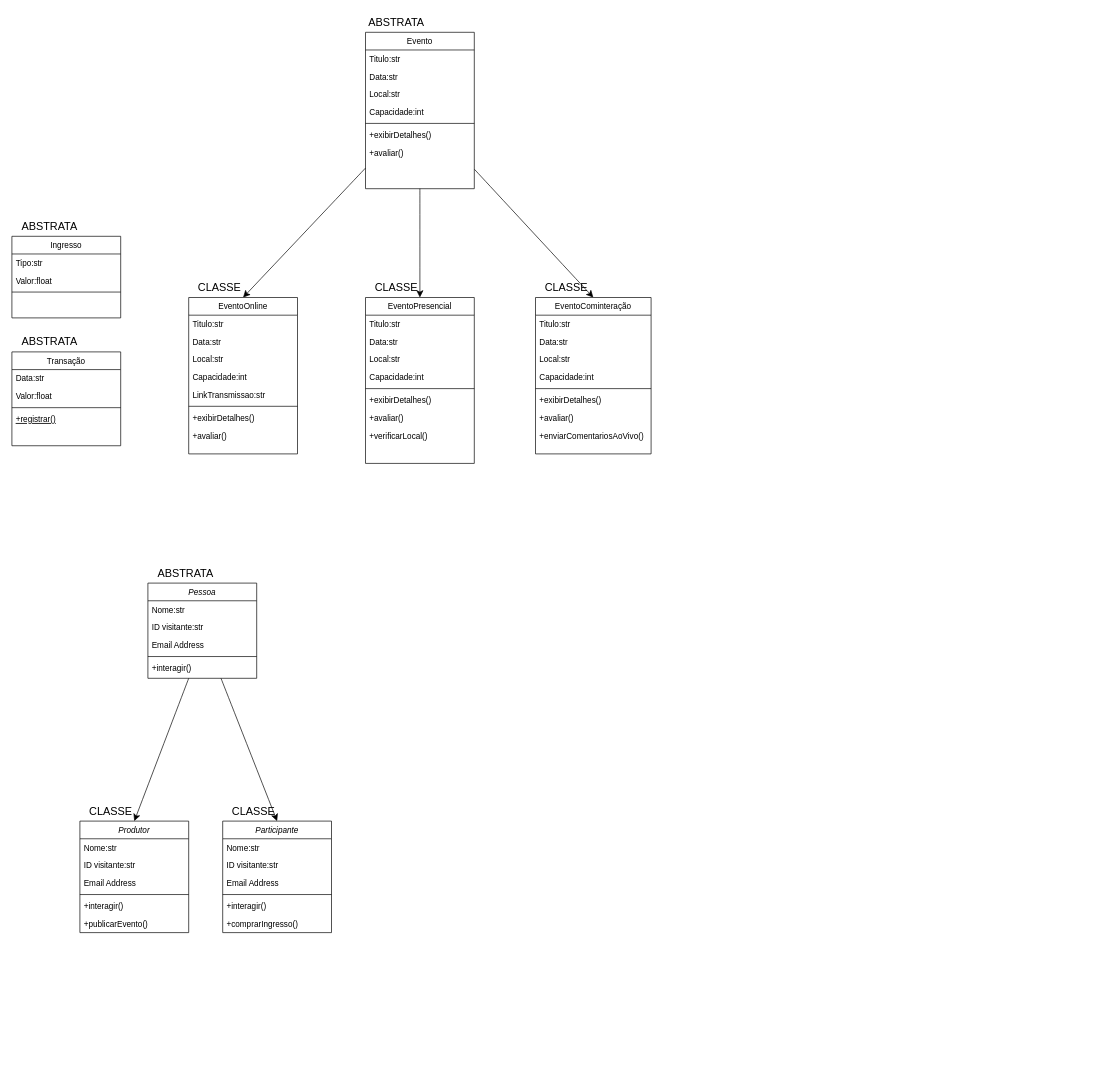
Ryan-Taito-Hadas/DiagramaBeto keeps this draw.io diagram as Diagrama sem nome.drawio. Above is the earlier version. Source tidied: cells renumbered, new cells numbered last; positions are measured from the earlier drawing's top-left corner, leaving out a move shared by most shapes. Both pictures are drawn from the tidied source at 68%, with x=0, y=0 at pixel (12, 12).
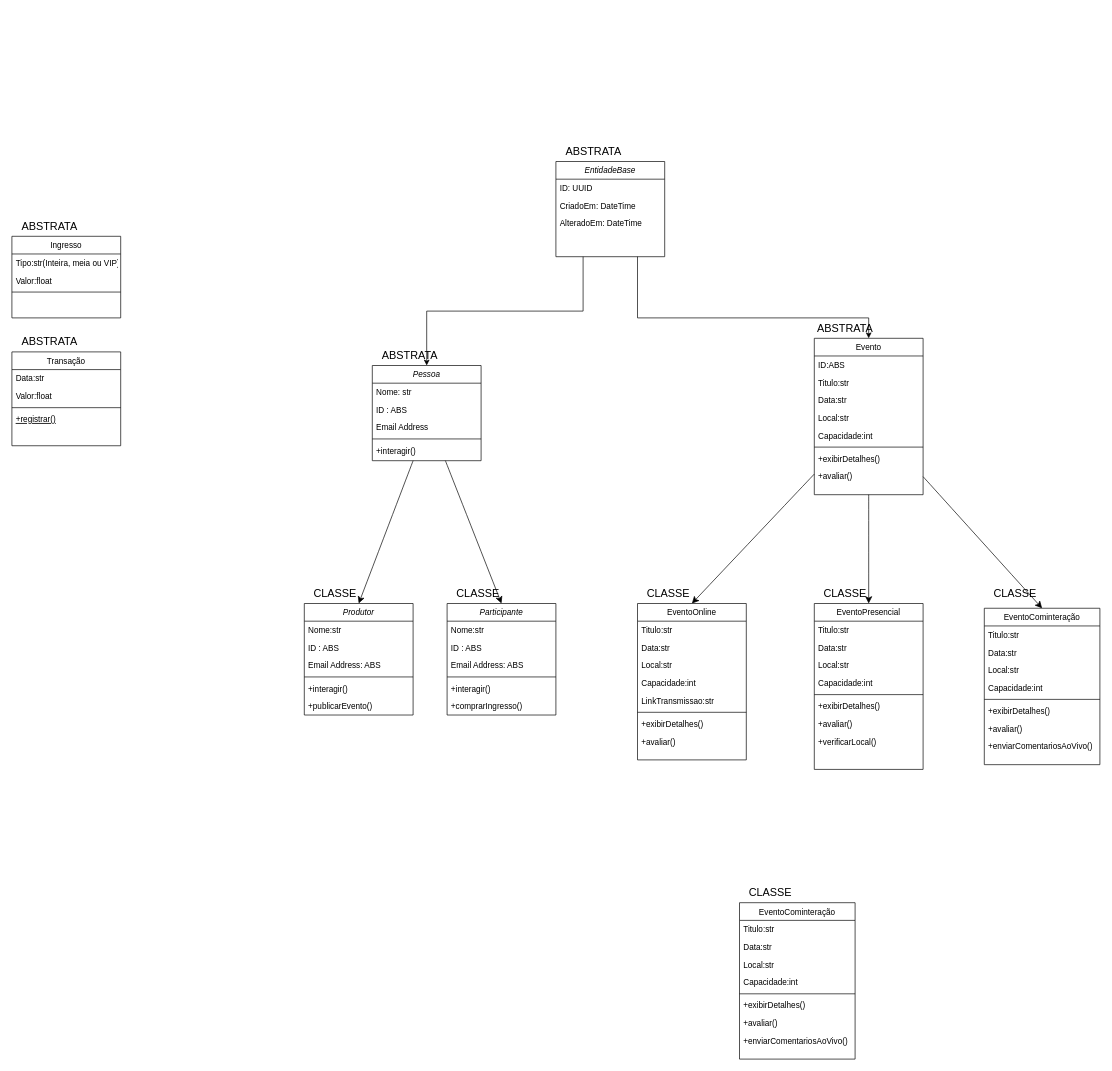
The same page after the edit.

Unchanged cells that the change refers to:
```xml
<mxCell id="15" value="Ingresso" style="swimlane;fontStyle=0;align=center;verticalAlign=top;horizontal=1;startSize=26;rounded=0;shadow=0;strokeWidth=1;" parent="1" vertex="1">
  <mxGeometry y="330" width="160" height="120" as="geometry" />
</mxCell>
```

What changed in the source:
```diff
@@
     <mxCell id="2" style="edgeStyle=none;curved=1;rounded=0;jettySize=auto;html=1;entryX=0.5;entryY=0;entryDx=0;entryDy=0;fontSize=12;startSize=8;endSize=8;" parent="1" edge="1" target="34">
       <mxGeometry relative="1" as="geometry">
-        <mxPoint x="260" y="980" as="sourcePoint" />
+        <mxPoint x="590" y="660" as="sourcePoint" />
       </mxGeometry>
     </mxCell>
@@
     <mxCell id="4" value="Pessoa" style="swimlane;fontStyle=2;align=center;verticalAlign=top;horizontal=1;startSize=26;rounded=0;shadow=0;strokeWidth=1;" parent="1" vertex="1">
-      <mxGeometry x="200" y="840" width="160" height="140" as="geometry" />
+      <mxGeometry x="530" y="520" width="160" height="140" as="geometry" />
     </mxCell>
-    <mxCell id="5" value="Nome:str" style="text;align=left;verticalAlign=top;spacingLeft=4;spacingRight=4;overflow=hidden;" parent="4" vertex="1">
+    <mxCell id="5" value="Nome: str" style="text;align=left;verticalAlign=top;spacingLeft=4;spacingRight=4;overflow=hidden;" parent="4" vertex="1">
       <mxGeometry y="26" width="160" height="26" as="geometry" />
     </mxCell>
-    <mxCell id="6" value="ID visitante:str" style="text;align=left;verticalAlign=top;spacingLeft=4;spacingRight=4;overflow=hidden;rounded=0;shadow=0;html=0;" parent="4" vertex="1">
+    <mxCell id="6" value="ID : ABS" style="text;align=left;verticalAlign=top;spacingLeft=4;spacingRight=4;overflow=hidden;rounded=0;shadow=0;html=0;" parent="4" vertex="1">
       <mxGeometry y="52" width="160" height="26" as="geometry" />
     </mxCell>
@@
-    <mxCell id="16" value="Tipo:str" style="text;align=left;verticalAlign=top;spacingLeft=4;spacingRight=4;overflow=hidden;" parent="15" vertex="1">
+    <mxCell id="16" value="Tipo:str(Inteira, meia ou VIP)" style="text;align=left;verticalAlign=top;spacingLeft=4;spacingRight=4;overflow=hidden;" parent="15" vertex="1">
       <mxGeometry y="26" width="160" height="26" as="geometry" />
     </mxCell>
@@
     <mxCell id="22" value="Evento" style="swimlane;fontStyle=0;align=center;verticalAlign=top;horizontal=1;startSize=26;rounded=0;shadow=0;strokeWidth=1;" parent="1" vertex="1">
-      <mxGeometry x="520" y="30" width="160" height="230" as="geometry" />
+      <mxGeometry x="1180" y="480" width="160" height="230" as="geometry" />
     </mxCell>
+    <mxCell id="80" value="ID:ABS" style="text;align=left;verticalAlign=top;spacingLeft=4;spacingRight=4;overflow=hidden;" parent="22" vertex="1">
+      <mxGeometry y="26" width="160" height="26" as="geometry" />
+    </mxCell>
     <mxCell id="23" value="Titulo:str" style="text;align=left;verticalAlign=top;spacingLeft=4;spacingRight=4;overflow=hidden;" parent="22" vertex="1">
-      <mxGeometry y="26" width="160" height="26" as="geometry" />
+      <mxGeometry y="52" width="160" height="26" as="geometry" />
     </mxCell>
     <mxCell id="24" value="Data:str" style="text;align=left;verticalAlign=top;spacingLeft=4;spacingRight=4;overflow=hidden;rounded=0;shadow=0;html=0;" parent="22" vertex="1">
-      <mxGeometry y="52" width="160" height="26" as="geometry" />
+      <mxGeometry y="78" width="160" height="26" as="geometry" />
     </mxCell>
     <mxCell id="25" value="Local:str" style="text;align=left;verticalAlign=top;spacingLeft=4;spacingRight=4;overflow=hidden;rounded=0;shadow=0;html=0;" parent="22" vertex="1">
-      <mxGeometry y="78" width="160" height="26" as="geometry" />
+      <mxGeometry y="104" width="160" height="26" as="geometry" />
     </mxCell>
     <mxCell id="26" value="Capacidade:int" style="text;align=left;verticalAlign=top;spacingLeft=4;spacingRight=4;overflow=hidden;rounded=0;shadow=0;html=0;" parent="22" vertex="1">
-      <mxGeometry y="104" width="160" height="26" as="geometry" />
+      <mxGeometry y="130" width="160" height="26" as="geometry" />
     </mxCell>
     <mxCell id="27" style="line;html=1;strokeWidth=1;align=left;verticalAlign=middle;spacingTop=-1;spacingLeft=3;spacingRight=3;labelPosition=right;" parent="22" vertex="1">
-      <mxGeometry y="130" width="160" height="8" as="geometry" />
+      <mxGeometry y="156" width="160" height="8" as="geometry" />
     </mxCell>
     <mxCell id="28" value="+exibirDetalhes()" style="text;align=left;verticalAlign=top;spacingLeft=4;spacingRight=4;overflow=hidden;" parent="22" vertex="1">
-      <mxGeometry y="138" width="160" height="26" as="geometry" />
+      <mxGeometry y="164" width="160" height="26" as="geometry" />
     </mxCell>
     <mxCell id="29" value="+avaliar()&#10;&#10;&#10;&#10;&#10;&#10;" style="text;align=left;verticalAlign=top;spacingLeft=4;spacingRight=4;overflow=hidden;" parent="22" vertex="1">
-      <mxGeometry y="164" width="160" height="40" as="geometry" />
+      <mxGeometry y="190" width="160" height="40" as="geometry" />
     </mxCell>
     <mxCell id="30" value="ABSTRATA" style="text;html=1;align=center;verticalAlign=middle;strokeColor=none;fillColor=none;fontSize=16;" parent="1" vertex="1">
-      <mxGeometry x="200" y="810" width="110" height="30" as="geometry" />
+      <mxGeometry x="530" y="490" width="110" height="30" as="geometry" />
     </mxCell>
     <mxCell id="31" value="ABSTRATA" style="text;html=1;align=center;verticalAlign=middle;strokeColor=none;fillColor=none;fontSize=16;" parent="1" vertex="1">
-      <mxGeometry x="510" width="110" height="30" as="geometry" />
+      <mxGeometry x="1170" y="450" width="110" height="30" as="geometry" />
     </mxCell>
@@
     <mxCell id="34" value="Produtor" style="swimlane;fontStyle=2;align=center;verticalAlign=top;horizontal=1;startSize=26;rounded=0;shadow=0;strokeWidth=1;" parent="1" vertex="1">
-      <mxGeometry x="100" y="1190" width="160" height="164" as="geometry" />
+      <mxGeometry x="430" y="870" width="160" height="164" as="geometry" />
     </mxCell>
@@
-    <mxCell id="36" value="ID visitante:str" style="text;align=left;verticalAlign=top;spacingLeft=4;spacingRight=4;overflow=hidden;rounded=0;shadow=0;html=0;" parent="34" vertex="1">
+    <mxCell id="36" value="ID : ABS" style="text;align=left;verticalAlign=top;spacingLeft=4;spacingRight=4;overflow=hidden;rounded=0;shadow=0;html=0;" parent="34" vertex="1">
       <mxGeometry y="52" width="160" height="26" as="geometry" />
     </mxCell>
-    <mxCell id="37" value="Email Address" style="text;align=left;verticalAlign=top;spacingLeft=4;spacingRight=4;overflow=hidden;rounded=0;shadow=0;html=0;" parent="34" vertex="1">
+    <mxCell id="37" value="Email Address: ABS" style="text;align=left;verticalAlign=top;spacingLeft=4;spacingRight=4;overflow=hidden;rounded=0;shadow=0;html=0;" parent="34" vertex="1">
       <mxGeometry y="78" width="160" height="26" as="geometry" />
     </mxCell>
@@
     <mxCell id="41" value="Participante" style="swimlane;fontStyle=2;align=center;verticalAlign=top;horizontal=1;startSize=26;rounded=0;shadow=0;strokeWidth=1;" parent="1" vertex="1">
-      <mxGeometry x="310" y="1190" width="160" height="164" as="geometry" />
+      <mxGeometry x="640" y="870" width="160" height="164" as="geometry" />
     </mxCell>
@@
-    <mxCell id="43" value="ID visitante:str" style="text;align=left;verticalAlign=top;spacingLeft=4;spacingRight=4;overflow=hidden;rounded=0;shadow=0;html=0;" parent="41" vertex="1">
+    <mxCell id="43" value="ID : ABS" style="text;align=left;verticalAlign=top;spacingLeft=4;spacingRight=4;overflow=hidden;rounded=0;shadow=0;html=0;" parent="41" vertex="1">
       <mxGeometry y="52" width="160" height="26" as="geometry" />
     </mxCell>
-    <mxCell id="44" value="Email Address" style="text;align=left;verticalAlign=top;spacingLeft=4;spacingRight=4;overflow=hidden;rounded=0;shadow=0;html=0;" parent="41" vertex="1">
+    <mxCell id="44" value="Email Address: ABS" style="text;align=left;verticalAlign=top;spacingLeft=4;spacingRight=4;overflow=hidden;rounded=0;shadow=0;html=0;" parent="41" vertex="1">
       <mxGeometry y="78" width="160" height="26" as="geometry" />
     </mxCell>
@@
     <mxCell id="48" value="CLASSE" style="text;html=1;align=center;verticalAlign=middle;strokeColor=none;fillColor=none;fontSize=16;" parent="1" vertex="1">
-      <mxGeometry x="100" y="1160" width="90" height="30" as="geometry" />
+      <mxGeometry x="430" y="840" width="90" height="30" as="geometry" />
     </mxCell>
     <mxCell id="49" value="CLASSE" style="text;html=1;align=center;verticalAlign=middle;strokeColor=none;fillColor=none;fontSize=16;" parent="1" vertex="1">
-      <mxGeometry x="310" y="1160" width="90" height="30" as="geometry" />
+      <mxGeometry x="640" y="840" width="90" height="30" as="geometry" />
     </mxCell>
     <mxCell id="50" value="EventoOnline" style="swimlane;fontStyle=0;align=center;verticalAlign=top;horizontal=1;startSize=26;rounded=0;shadow=0;strokeWidth=1;" parent="1" vertex="1">
-      <mxGeometry x="260" y="420" width="160" height="230" as="geometry" />
+      <mxGeometry x="920" y="870" width="160" height="230" as="geometry" />
     </mxCell>
@@
     <mxCell id="59" value="CLASSE" style="text;html=1;align=center;verticalAlign=middle;strokeColor=none;fillColor=none;fontSize=16;" parent="1" vertex="1">
-      <mxGeometry x="260" y="390" width="90" height="30" as="geometry" />
+      <mxGeometry x="920" y="840" width="90" height="30" as="geometry" />
     </mxCell>
     <mxCell id="60" value="EventoPresencial" style="swimlane;fontStyle=0;align=center;verticalAlign=top;horizontal=1;startSize=26;rounded=0;shadow=0;strokeWidth=1;" parent="1" vertex="1">
-      <mxGeometry x="520" y="420" width="160" height="244" as="geometry" />
+      <mxGeometry x="1180" y="870" width="160" height="244" as="geometry" />
     </mxCell>
@@
     <mxCell id="69" value="CLASSE" style="text;html=1;align=center;verticalAlign=middle;strokeColor=none;fillColor=none;fontSize=16;" parent="1" vertex="1">
-      <mxGeometry x="520" y="390" width="90" height="30" as="geometry" />
+      <mxGeometry x="1180" y="840" width="90" height="30" as="geometry" />
     </mxCell>
     <mxCell id="70" value="EventoCominteração" style="swimlane;fontStyle=0;align=center;verticalAlign=top;horizontal=1;startSize=26;rounded=0;shadow=0;strokeWidth=1;" parent="1" vertex="1">
-      <mxGeometry x="770" y="420" width="170" height="230" as="geometry" />
+      <mxGeometry x="1430" y="877" width="170" height="230" as="geometry" />
     </mxCell>
@@
     <mxCell id="79" value="CLASSE" style="text;html=1;align=center;verticalAlign=middle;strokeColor=none;fillColor=none;fontSize=16;" parent="1" vertex="1">
-      <mxGeometry x="770" y="390" width="90" height="30" as="geometry" />
+      <mxGeometry x="1430" y="840" width="90" height="30" as="geometry" />
     </mxCell>
+    <mxCell id="81" value="EventoCominteração" style="swimlane;fontStyle=0;align=center;verticalAlign=top;horizontal=1;startSize=26;rounded=0;shadow=0;strokeWidth=1;" parent="1" vertex="1">
+      <mxGeometry x="1070" y="1310" width="170" height="230" as="geometry" />
+    </mxCell>
+    <mxCell id="82" value="Titulo:str" style="text;align=left;verticalAlign=top;spacingLeft=4;spacingRight=4;overflow=hidden;" parent="81" vertex="1">
+      <mxGeometry y="26" width="170" height="26" as="geometry" />
+    </mxCell>
+    <mxCell id="83" value="Data:str" style="text;align=left;verticalAlign=top;spacingLeft=4;spacingRight=4;overflow=hidden;rounded=0;shadow=0;html=0;" parent="81" vertex="1">
+      <mxGeometry y="52" width="170" height="26" as="geometry" />
+    </mxCell>
+    <mxCell id="84" value="Local:str" style="text;align=left;verticalAlign=top;spacingLeft=4;spacingRight=4;overflow=hidden;rounded=0;shadow=0;html=0;" parent="81" vertex="1">
+      <mxGeometry y="78" width="170" height="26" as="geometry" />
+    </mxCell>
+    <mxCell id="85" value="Capacidade:int" style="text;align=left;verticalAlign=top;spacingLeft=4;spacingRight=4;overflow=hidden;rounded=0;shadow=0;html=0;" parent="81" vertex="1">
+      <mxGeometry y="104" width="170" height="26" as="geometry" />
+    </mxCell>
+    <mxCell id="86" style="line;html=1;strokeWidth=1;align=left;verticalAlign=middle;spacingTop=-1;spacingLeft=3;spacingRight=3;labelPosition=right;" parent="81" vertex="1">
+      <mxGeometry y="130" width="170" height="8" as="geometry" />
+    </mxCell>
+    <mxCell id="87" value="+exibirDetalhes()" style="text;align=left;verticalAlign=top;spacingLeft=4;spacingRight=4;overflow=hidden;" parent="81" vertex="1">
+      <mxGeometry y="138" width="170" height="26" as="geometry" />
+    </mxCell>
+    <mxCell id="88" value="+avaliar()&#10;&#10;&#10;&#10;&#10;&#10;" style="text;align=left;verticalAlign=top;spacingLeft=4;spacingRight=4;overflow=hidden;" parent="81" vertex="1">
+      <mxGeometry y="164" width="170" height="26" as="geometry" />
+    </mxCell>
+    <mxCell id="89" value="+enviarComentariosAoVivo()" style="text;align=left;verticalAlign=top;spacingLeft=4;spacingRight=4;overflow=hidden;" parent="81" vertex="1">
+      <mxGeometry y="190" width="170" height="26" as="geometry" />
+    </mxCell>
+    <mxCell id="90" value="CLASSE" style="text;html=1;align=center;verticalAlign=middle;strokeColor=none;fillColor=none;fontSize=16;" parent="1" vertex="1">
+      <mxGeometry x="1070" y="1280" width="90" height="30" as="geometry" />
+    </mxCell>
+    <mxCell id="91" style="edgeStyle=orthogonalEdgeStyle;rounded=0;jettySize=auto;html=1;exitX=0.75;exitY=1;exitDx=0;exitDy=0;" parent="1" edge="1" source="93" target="22">
+      <mxGeometry relative="1" as="geometry">
+        <Array as="points">
+          <mxPoint x="920" y="450" />
+          <mxPoint x="1260" y="450" />
+        </Array>
+      </mxGeometry>
+    </mxCell>
+    <mxCell id="92" style="edgeStyle=orthogonalEdgeStyle;rounded=0;jettySize=auto;html=1;exitX=0.25;exitY=1;exitDx=0;exitDy=0;" parent="1" edge="1" source="93" target="4">
+      <mxGeometry relative="1" as="geometry" />
+    </mxCell>
+    <mxCell id="93" value="EntidadeBase" style="swimlane;fontStyle=2;align=center;verticalAlign=top;horizontal=1;startSize=26;rounded=0;shadow=0;strokeWidth=1;" parent="1" vertex="1">
+      <mxGeometry x="800" y="220" width="160" height="140" as="geometry" />
+    </mxCell>
+    <mxCell id="94" value="ID: UUID" style="text;align=left;verticalAlign=top;spacingLeft=4;spacingRight=4;overflow=hidden;" parent="93" vertex="1">
+      <mxGeometry y="26" width="160" height="26" as="geometry" />
+    </mxCell>
+    <mxCell id="95" value="CriadoEm: DateTime" style="text;align=left;verticalAlign=top;spacingLeft=4;spacingRight=4;overflow=hidden;rounded=0;shadow=0;html=0;" parent="93" vertex="1">
+      <mxGeometry y="52" width="160" height="26" as="geometry" />
+    </mxCell>
+    <mxCell id="96" value="AlteradoEm: DateTime" style="text;align=left;verticalAlign=top;spacingLeft=4;spacingRight=4;overflow=hidden;rounded=0;shadow=0;html=0;" parent="93" vertex="1">
+      <mxGeometry y="78" width="160" height="26" as="geometry" />
+    </mxCell>
+    <mxCell id="97" value="ABSTRATA" style="text;html=1;align=center;verticalAlign=middle;strokeColor=none;fillColor=none;fontSize=16;" parent="1" vertex="1">
+      <mxGeometry x="800" y="190" width="110" height="30" as="geometry" />
+    </mxCell>
```
